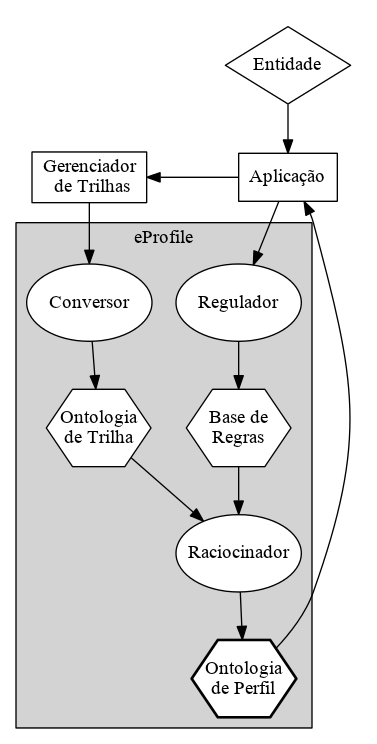
This is academia/dissertacao/graficos/modelo.png from andrenho/andrenho, a Graphviz export, as it was before one commit. Its source is kept beside it as academia/dissertacao/graficos/modelo.dot.
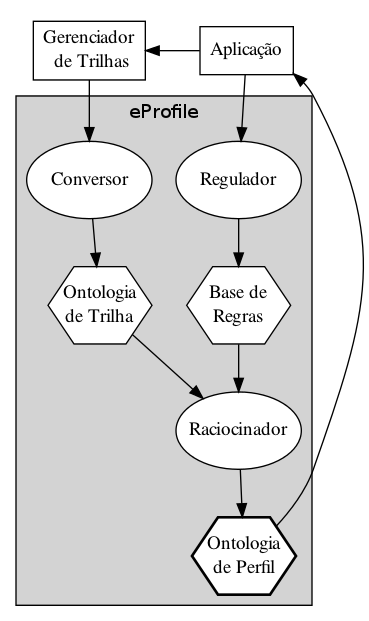
After the commit.

Diff of the diagram source:
```diff
@@ -2,7 +2,7 @@
 
   sep = 0.3;
 
-  node [style=filled,fillcolor=white];
+  node [style=filled,fillcolor=white,fontname="FreeSerif"];
 
   node [shape=box];
     GerenciadorDeTrilhas [label="Gerenciador\n de Trilhas"];
@@ -18,8 +18,6 @@
     Raciocinador;
     Conversor;
 
-  node [shape=diamond];
-    Entidade;
 
   subgraph cluster_eProfile {
     label = "eProfile";
@@ -34,7 +32,6 @@
 
   subgraph cluster_ext {
     style = invisible;
-    Entidade -> Aplicação;
     Aplicação -> Regulador;
     OntologiaDePerfil -> Aplicação;
   }
```
